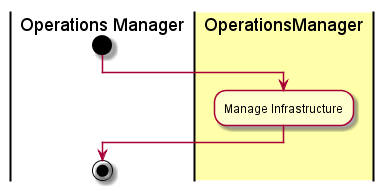
Before: design/UseCases/ManageInfrastructure/Activities.png, a diagram exported from PlantUML (CAADE/C3). Its diagram source:
```plantuml
@startuml
|Operations Manager|
start
|#ffffaa|OperationsManager|
:Manage Infrastructure;
|Operations Manager|
stop
@enduml
```
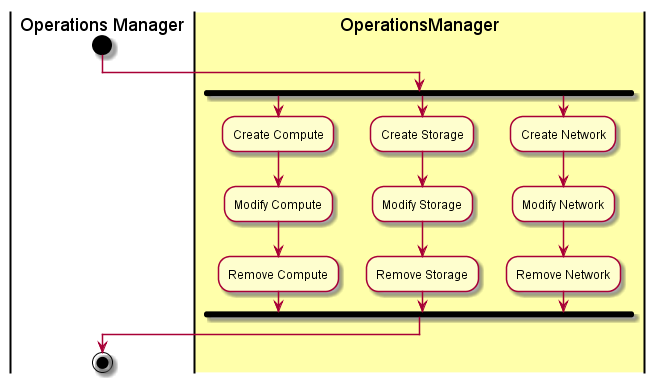
Above is the later version.

What changed in the source:
```diff
@@ -2,7 +2,19 @@
 |Operations Manager|
 start
 |#ffffaa|OperationsManager|
-:Manage Infrastructure;
+fork
+:Create Compute;
+:Modify Compute;
+:Remove Compute;
+fork again
+:Create Storage;
+:Modify Storage;
+:Remove Storage;
+fork again
+:Create Network;
+:Modify Network;
+:Remove Network;
+end fork
 |Operations Manager|
 stop
 @enduml
```
